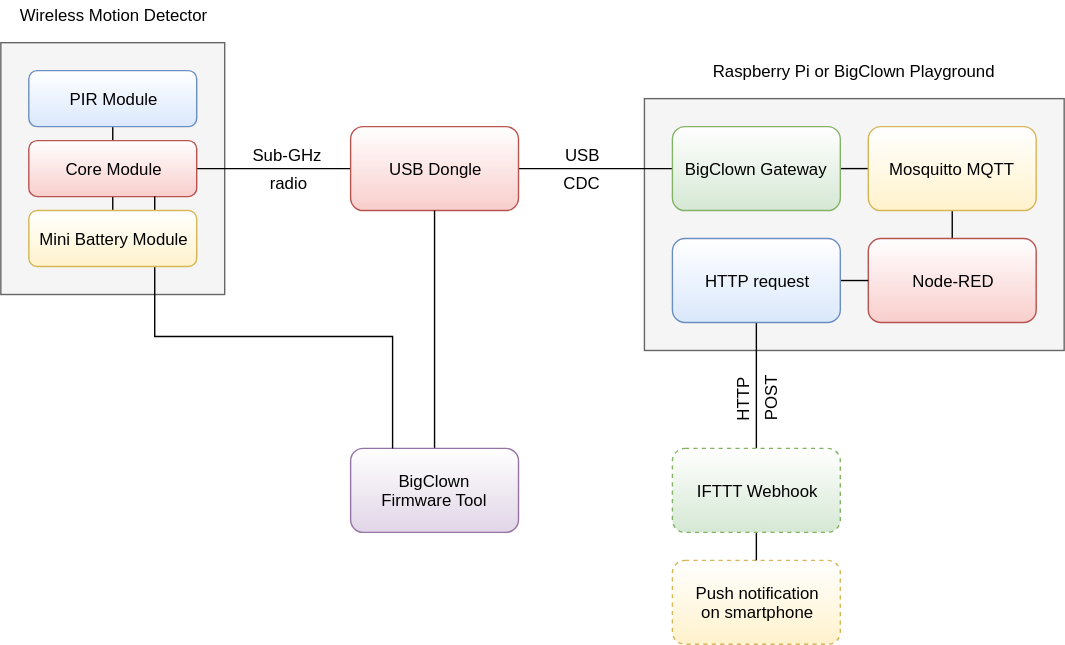
Earlier version of the draw.io export static/doc/projects/wireless-motion-detector/block-diagram.svg (hardwario/bc-website). Source tidied: cells renumbered, new cells last; positions are measured from the earlier drawing's top-left corner, leaving out a move shared by most shapes.
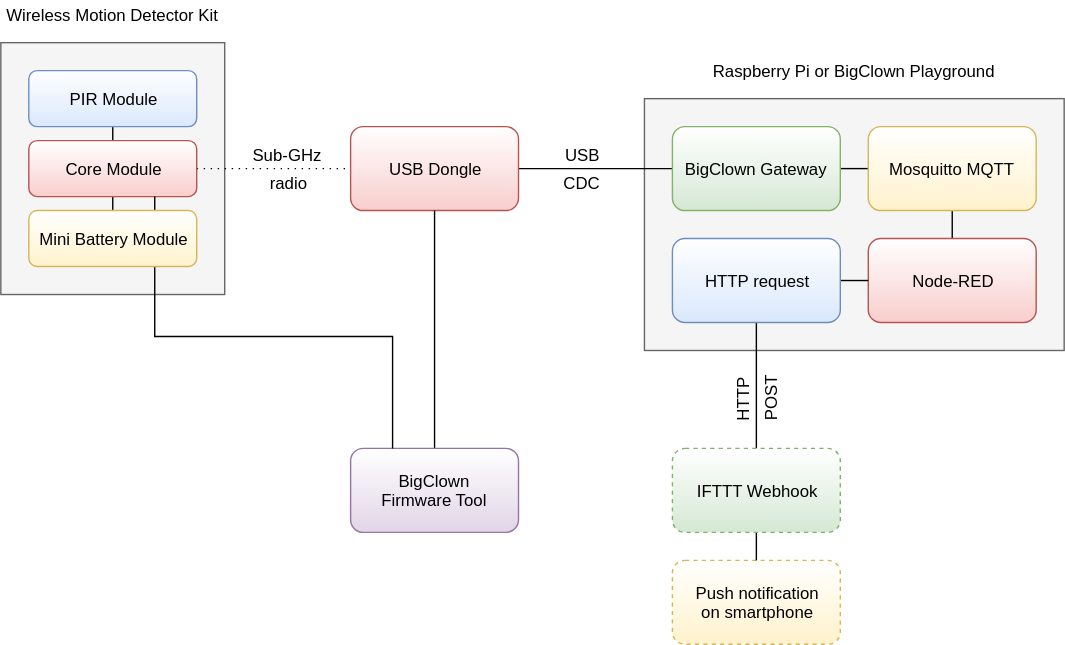
Later version of the same file.

Commit message:
Update block diagrams

The edit, as a diff of the source:
```diff
@@ -17,7 +17,7 @@
     <mxCell id="6" style="edgeStyle=orthogonalEdgeStyle;rounded=0;html=1;exitX=0.5;exitY=1;entryX=0.5;entryY=0;endArrow=none;endFill=0;jettySize=auto;" parent="1" edge="1" source="8" target="20">
       <mxGeometry relative="1" as="geometry" />
     </mxCell>
-    <mxCell id="7" style="edgeStyle=orthogonalEdgeStyle;rounded=0;html=1;exitX=1;exitY=0.5;entryX=0;entryY=0.5;endArrow=none;endFill=0;jettySize=auto;" parent="1" edge="1" source="8" target="10">
+    <mxCell id="7" style="edgeStyle=orthogonalEdgeStyle;rounded=0;html=1;exitX=1;exitY=0.5;entryX=0;entryY=0.5;endArrow=none;endFill=0;jettySize=auto;dashed=1;dashPattern=1 4;" parent="1" edge="1" source="8" target="10">
       <mxGeometry relative="1" as="geometry" />
     </mxCell>
     <mxCell id="8" value="Core Module" style="rounded=1;whiteSpace=wrap;html=1;fillColor=#f8cecc;strokeColor=#b85450;gradientDirection=north;gradientColor=#ffffff;" parent="1" vertex="1">
@@ -79,7 +79,7 @@
     <mxCell id="25" value="HTTP request" style="rounded=1;whiteSpace=wrap;html=1;fillColor=#dae8fc;strokeColor=#6c8ebf;gradientDirection=north;gradientColor=#ffffff;" parent="1" vertex="1">
       <mxGeometry x="480" y="170" width="120" height="60" as="geometry" />
     </mxCell>
-    <mxCell id="26" value="Wireless Motion Detector" style="text;html=1;strokeColor=none;fillColor=none;align=center;verticalAlign=middle;whiteSpace=wrap;rounded=0;" parent="1" vertex="1">
+    <mxCell id="26" value="Wireless Motion Detector Kit" style="text;html=1;strokeColor=none;fillColor=none;align=center;verticalAlign=middle;whiteSpace=wrap;rounded=0;" parent="1" vertex="1">
       <mxGeometry width="160" height="20" as="geometry" />
     </mxCell>
     <mxCell id="27" value="Sub-GHz" style="text;html=1;strokeColor=none;fillColor=none;align=center;verticalAlign=middle;whiteSpace=wrap;rounded=0;" parent="1" vertex="1">
```
